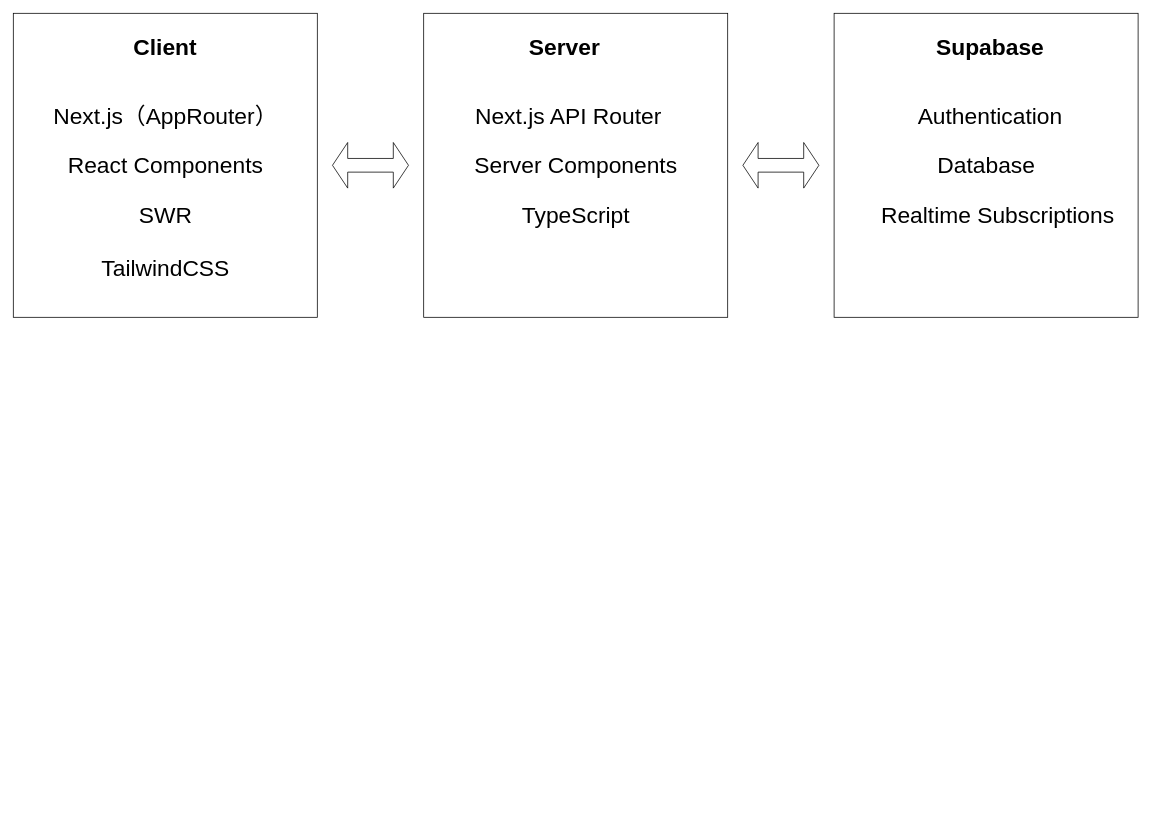
Earlier version of the draw.io diagram architecture.drawio (kei615ykhm/logic-loom-memo). Source tidied: cells renumbered, new cells numbered last; positions are measured from the earlier drawing's top-left corner, leaving out a move shared by most shapes. Both pictures are drawn from the tidied source at 76%, with x=0, y=0 at pixel (13, 13).
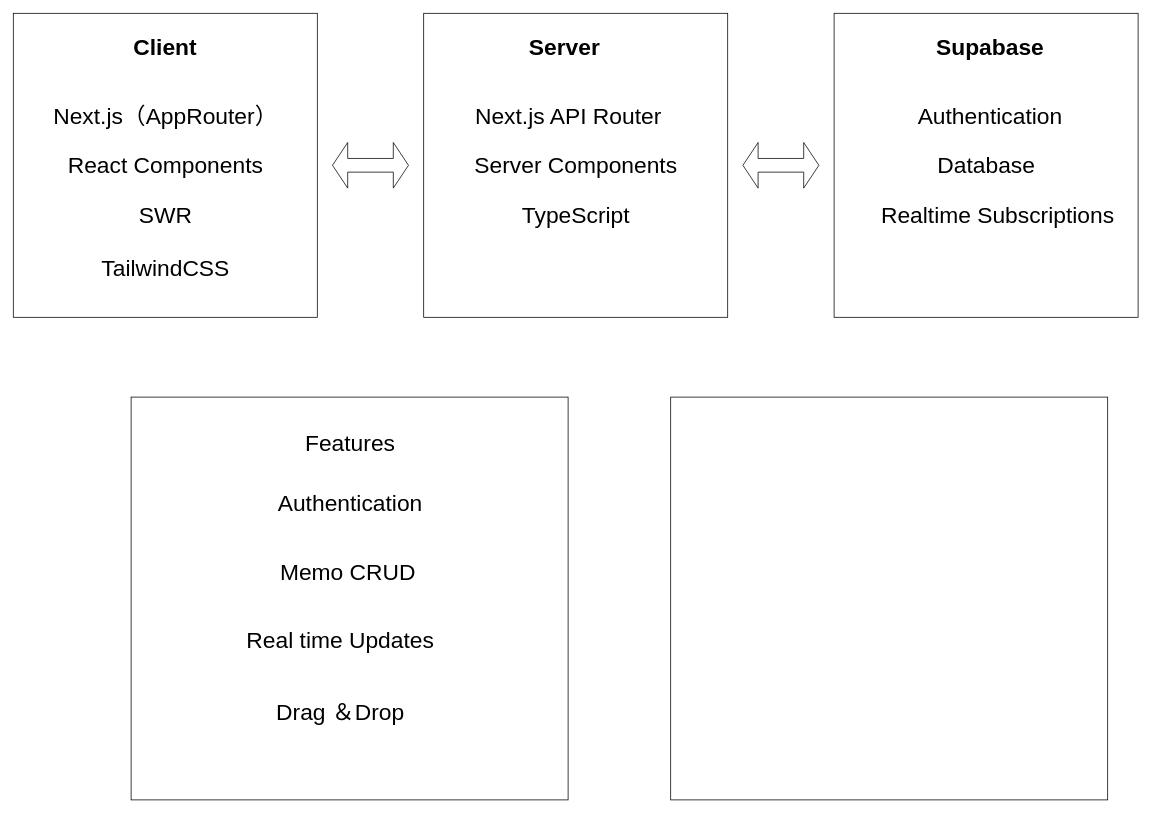
The same diagram, later.

Commit message:
add: Featuresのアーキテクチャを作成

Change to the diagram source:
```diff
@@
+    <mxCell id="20" style="rounded=0;whiteSpace=wrap;html=1;fontSize=30;" parent="1" vertex="1">
+      <mxGeometry x="155" y="505" width="575" height="530" as="geometry" />
+    </mxCell>
+    <mxCell id="21" style="rounded=0;whiteSpace=wrap;html=1;fontSize=30;" parent="1" vertex="1">
+      <mxGeometry x="865" y="505" width="575" height="530" as="geometry" />
+    </mxCell>
+    <mxCell id="22" value="Features" style="text;html=1;align=center;verticalAlign=middle;strokeColor=none;fillColor=none;fontSize=30;" parent="1" vertex="1">
+      <mxGeometry x="372.5" y="540" width="140" height="50" as="geometry" />
+    </mxCell>
+    <mxCell id="23" value="Authentication" style="text;html=1;align=center;verticalAlign=middle;strokeColor=none;fillColor=none;fontSize=30;" parent="1" vertex="1">
+      <mxGeometry x="337.5" y="620" width="210" height="50" as="geometry" />
+    </mxCell>
+    <mxCell id="24" value="Memo CRUD" style="text;html=1;align=center;verticalAlign=middle;strokeColor=none;fillColor=none;fontSize=30;" parent="1" vertex="1">
+      <mxGeometry x="340" y="710" width="200" height="50" as="geometry" />
+    </mxCell>
+    <mxCell id="25" value="Real time Updates" style="text;html=1;align=center;verticalAlign=middle;strokeColor=none;fillColor=none;fontSize=30;" parent="1" vertex="1">
+      <mxGeometry x="295" y="800" width="270" height="50" as="geometry" />
+    </mxCell>
+    <mxCell id="26" value="Drag ＆Drop" style="text;html=1;align=center;verticalAlign=middle;strokeColor=none;fillColor=none;fontSize=30;" parent="1" vertex="1">
+      <mxGeometry x="335" y="895" width="190" height="50" as="geometry" />
+    </mxCell>
```
